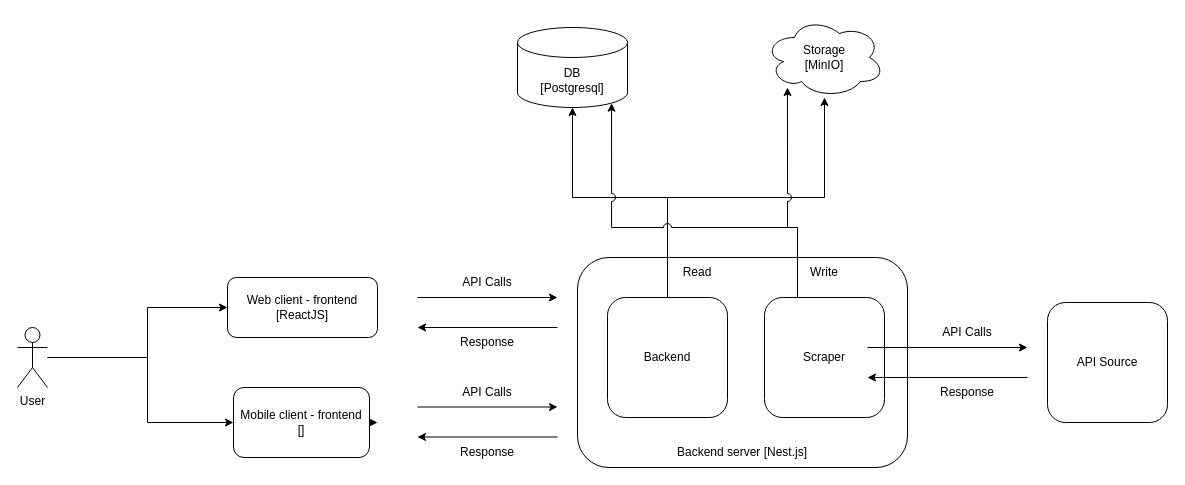
arsyad-ah/weather-app keeps this draw.io diagram as page "architecture" (2 of 2) of docs/my-app.drawio. Above is the earlier version. Source tidied: cells renumbered, new cells numbered last; positions are measured from the earlier drawing's top-left corner, leaving out a move shared by most shapes. Both pictures are drawn from the tidied source at 100%, with x=0, y=0 at pixel (17, 17).
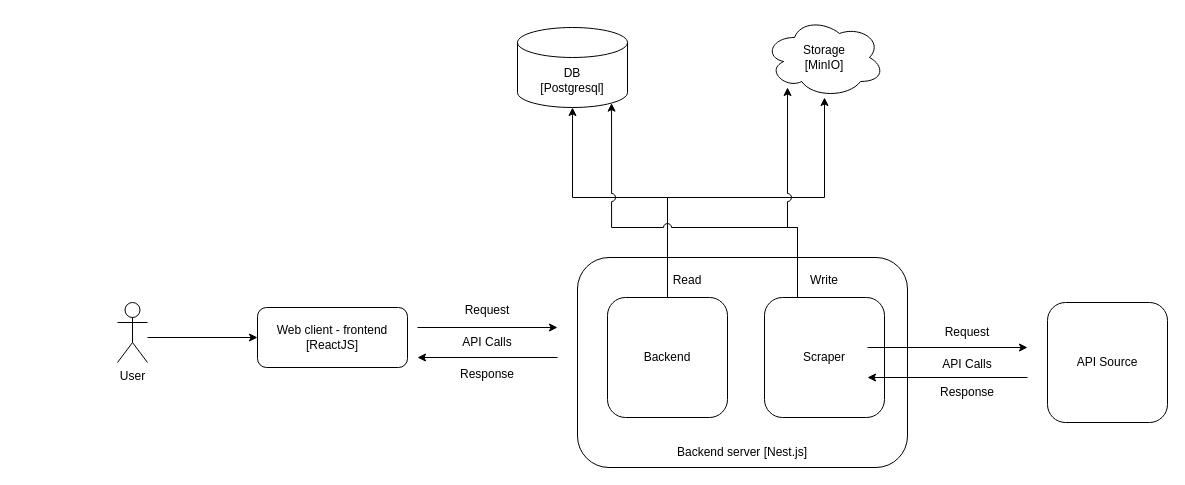
The same page after the edit.

What changed in the source:
```diff
@@
     <mxCell id="2" style="edgeStyle=orthogonalEdgeStyle;rounded=0;jettySize=auto;html=1;entryX=0;entryY=0.5;entryDx=0;entryDy=0;" parent="1" edge="1" source="4" target="5">
       <mxGeometry relative="1" as="geometry">
         <Array as="points">
-          <mxPoint x="130" y="340" />
-          <mxPoint x="130" y="290" />
+          <mxPoint x="120" y="320" />
+          <mxPoint x="120" y="320" />
         </Array>
       </mxGeometry>
     </mxCell>
-    <mxCell id="3" style="edgeStyle=orthogonalEdgeStyle;rounded=0;jettySize=auto;html=1;entryX=0;entryY=0.5;entryDx=0;entryDy=0;" parent="1" edge="1" source="4" target="7">
-      <mxGeometry relative="1" as="geometry">
-        <Array as="points">
-          <mxPoint x="130" y="340" />
-          <mxPoint x="130" y="405" />
-        </Array>
-      </mxGeometry>
-    </mxCell>
     <mxCell id="4" value="User" style="shape=umlActor;verticalLabelPosition=bottom;verticalAlign=top;html=1;outlineConnect=0;" parent="1" vertex="1">
-      <mxGeometry y="310" width="30" height="60" as="geometry" />
+      <mxGeometry x="100" y="285" width="30" height="60" as="geometry" />
     </mxCell>
     <mxCell id="5" value="Web client - frontend&lt;br&gt;[ReactJS]" style="rounded=1;whiteSpace=wrap;html=1;" parent="1" vertex="1">
-      <mxGeometry x="210" y="260" width="150" height="60" as="geometry" />
+      <mxGeometry x="240" y="290" width="150" height="60" as="geometry" />
     </mxCell>
-    <mxCell id="6" style="edgeStyle=orthogonalEdgeStyle;rounded=0;jettySize=auto;html=1;exitX=1;exitY=0.5;exitDx=0;exitDy=0;" parent="1" edge="1" source="7">
-      <mxGeometry relative="1" as="geometry">
-        <mxPoint x="360" y="405" as="targetPoint" />
-      </mxGeometry>
-    </mxCell>
-    <mxCell id="7" value="Mobile client - frontend&lt;br&gt;[]" style="rounded=1;whiteSpace=wrap;html=1;" parent="1" vertex="1">
-      <mxGeometry x="216" y="370" width="136" height="70" as="geometry" />
-    </mxCell>
@@
     <mxCell id="11" style="endArrow=classic;html=1;rounded=0;" parent="1" edge="1">
       <mxGeometry relative="1" as="geometry">
-        <mxPoint x="400" y="280" as="sourcePoint" />
-        <mxPoint x="540" y="280" as="targetPoint" />
+        <mxPoint x="400" y="310" as="sourcePoint" />
+        <mxPoint x="540" y="310" as="targetPoint" />
       </mxGeometry>
     </mxCell>
     <mxCell id="12" style="endArrow=none;html=1;rounded=0;endFill=0;startArrow=classic;startFill=1;" parent="1" edge="1">
       <mxGeometry relative="1" as="geometry">
-        <mxPoint x="400" y="310" as="sourcePoint" />
-        <mxPoint x="540" y="310" as="targetPoint" />
+        <mxPoint x="400" y="340" as="sourcePoint" />
+        <mxPoint x="540" y="340" as="targetPoint" />
       </mxGeometry>
     </mxCell>
-    <mxCell id="13" style="endArrow=classic;html=1;rounded=0;" parent="1" edge="1">
-      <mxGeometry relative="1" as="geometry">
-        <mxPoint x="400" y="389.5" as="sourcePoint" />
-        <mxPoint x="540" y="389.5" as="targetPoint" />
-      </mxGeometry>
-    </mxCell>
-    <mxCell id="14" style="endArrow=none;html=1;rounded=0;endFill=0;startArrow=classic;startFill=1;" parent="1" edge="1">
-      <mxGeometry relative="1" as="geometry">
-        <mxPoint x="400" y="419.5" as="sourcePoint" />
-        <mxPoint x="540" y="419.5" as="targetPoint" />
-      </mxGeometry>
-    </mxCell>
     <mxCell id="15" value="API Calls" style="text;html=1;strokeColor=none;fillColor=none;align=center;verticalAlign=middle;whiteSpace=wrap;rounded=0;" parent="1" vertex="1">
-      <mxGeometry x="440" y="250" width="60" height="30" as="geometry" />
+      <mxGeometry x="440" y="310" width="60" height="30" as="geometry" />
     </mxCell>
     <mxCell id="16" value="Response" style="text;html=1;strokeColor=none;fillColor=none;align=center;verticalAlign=middle;whiteSpace=wrap;rounded=0;" parent="1" vertex="1">
-      <mxGeometry x="440" y="310" width="60" height="30" as="geometry" />
+      <mxGeometry x="440" y="342" width="60" height="30" as="geometry" />
     </mxCell>
-    <mxCell id="17" value="API Calls" style="text;html=1;strokeColor=none;fillColor=none;align=center;verticalAlign=middle;whiteSpace=wrap;rounded=0;" parent="1" vertex="1">
-      <mxGeometry x="440" y="360" width="60" height="30" as="geometry" />
-    </mxCell>
-    <mxCell id="18" value="Response" style="text;html=1;strokeColor=none;fillColor=none;align=center;verticalAlign=middle;whiteSpace=wrap;rounded=0;" parent="1" vertex="1">
-      <mxGeometry x="440" y="420" width="60" height="30" as="geometry" />
-    </mxCell>
@@
     <mxCell id="26" value="Read" style="text;html=1;strokeColor=none;fillColor=none;align=center;verticalAlign=middle;whiteSpace=wrap;rounded=0;" parent="1" vertex="1">
-      <mxGeometry x="650" y="240" width="60" height="30" as="geometry" />
+      <mxGeometry x="640" y="248" width="60" height="30" as="geometry" />
     </mxCell>
     <mxCell id="27" value="Write" style="text;html=1;strokeColor=none;fillColor=none;align=center;verticalAlign=middle;whiteSpace=wrap;rounded=0;" parent="1" vertex="1">
-      <mxGeometry x="777" y="240" width="60" height="30" as="geometry" />
+      <mxGeometry x="777" y="248" width="60" height="30" as="geometry" />
     </mxCell>
@@
     <mxCell id="31" value="API Calls" style="text;html=1;strokeColor=none;fillColor=none;align=center;verticalAlign=middle;whiteSpace=wrap;rounded=0;" parent="1" vertex="1">
-      <mxGeometry x="920" y="300" width="60" height="30" as="geometry" />
+      <mxGeometry x="920" y="332" width="60" height="30" as="geometry" />
     </mxCell>
@@
+    <mxCell id="33" value="Request" style="text;html=1;strokeColor=none;fillColor=none;align=center;verticalAlign=middle;whiteSpace=wrap;rounded=0;" parent="1" vertex="1">
+      <mxGeometry x="440" y="278" width="60" height="30" as="geometry" />
+    </mxCell>
+    <mxCell id="34" value="Request" style="text;html=1;strokeColor=none;fillColor=none;align=center;verticalAlign=middle;whiteSpace=wrap;rounded=0;" parent="1" vertex="1">
+      <mxGeometry x="920" y="300" width="60" height="30" as="geometry" />
+    </mxCell>
```
